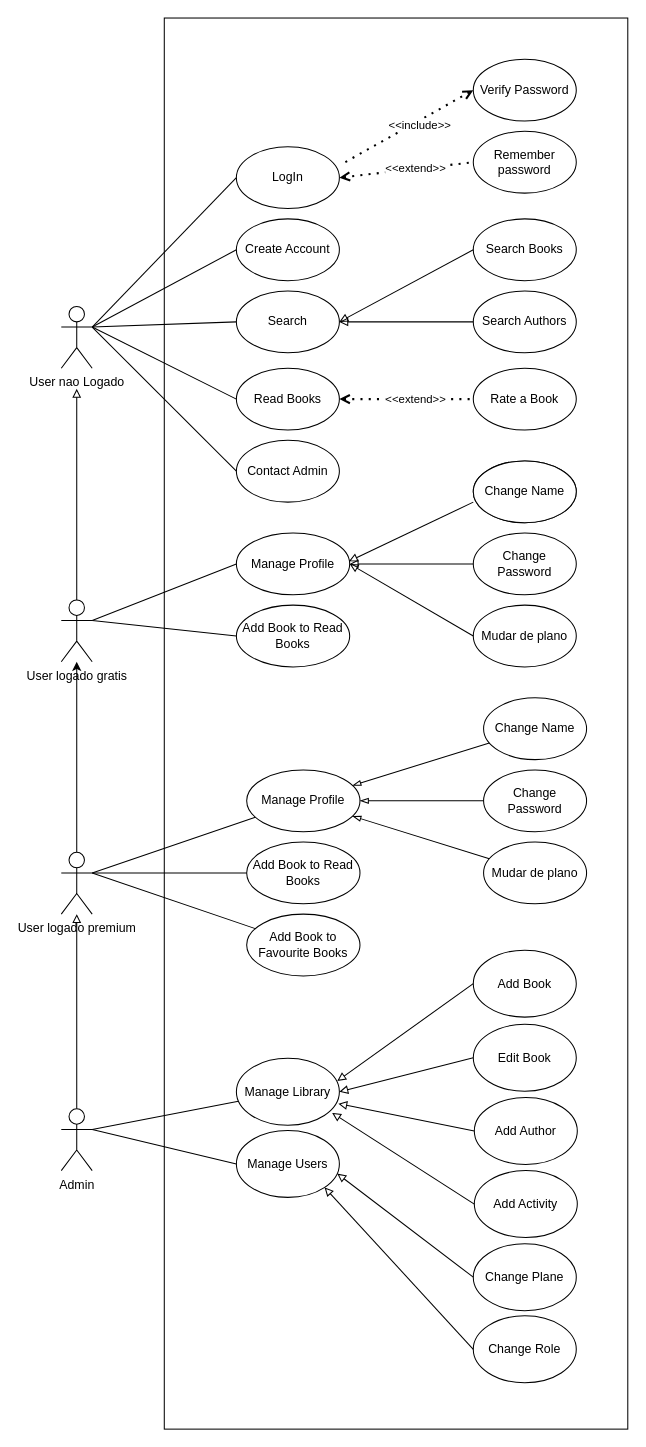
Above: Ficheiros/LEI-A3-S1-LP-UCD_v1.0.drawio in ThyTree-OG/LabProg (draw.io), before the change. Source tidied: cells renumbered, new cells numbered last; positions are measured from the earlier drawing's top-left corner, leaving out a move shared by most shapes. Both pictures are drawn from the tidied source at 103%, with x=0, y=0 at pixel (61, 18).
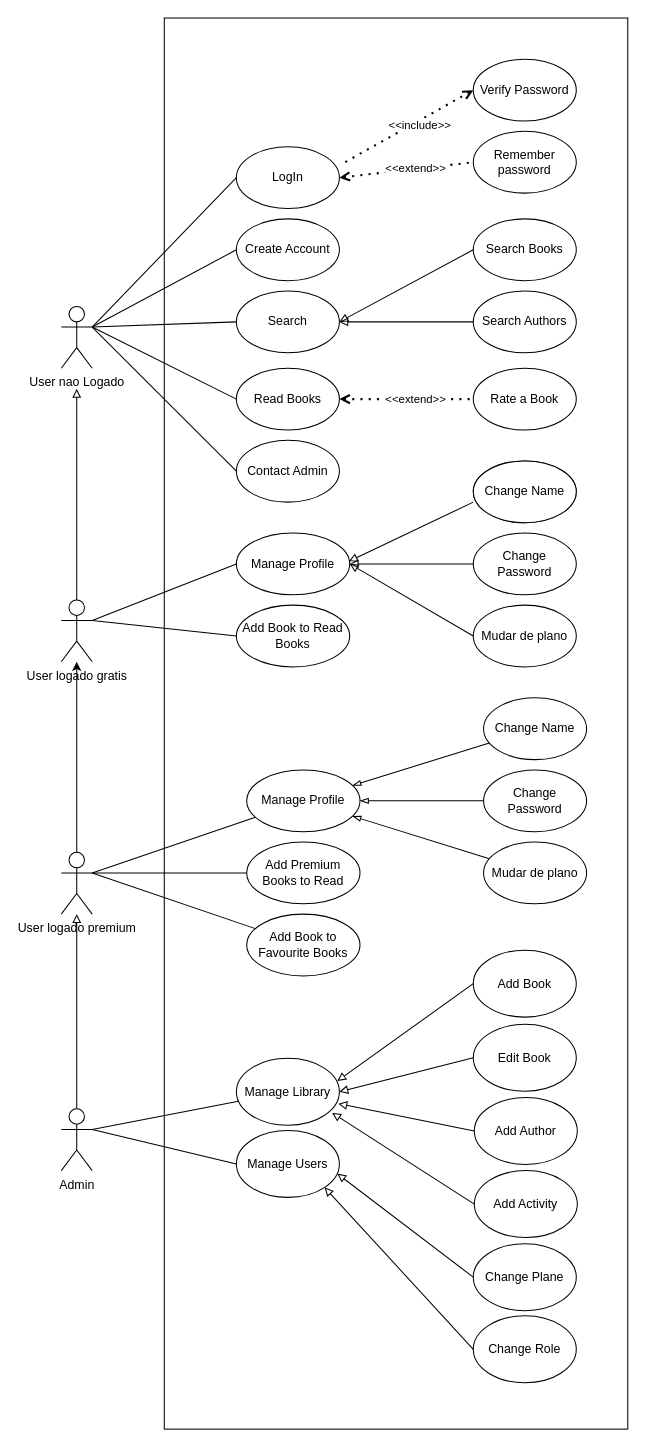
Above is the later version.

The edit, as a diff of the source:
```diff
@@
-    <mxCell id="60" value="Add Book to Read Books" style="ellipse;whiteSpace=wrap;html=1;" parent="1" vertex="1">
+    <mxCell id="60" value="Add Premium Books to Read" style="ellipse;whiteSpace=wrap;html=1;" parent="1" vertex="1">
       <mxGeometry x="180" y="800" width="110" height="60" as="geometry" />
     </mxCell>
```
